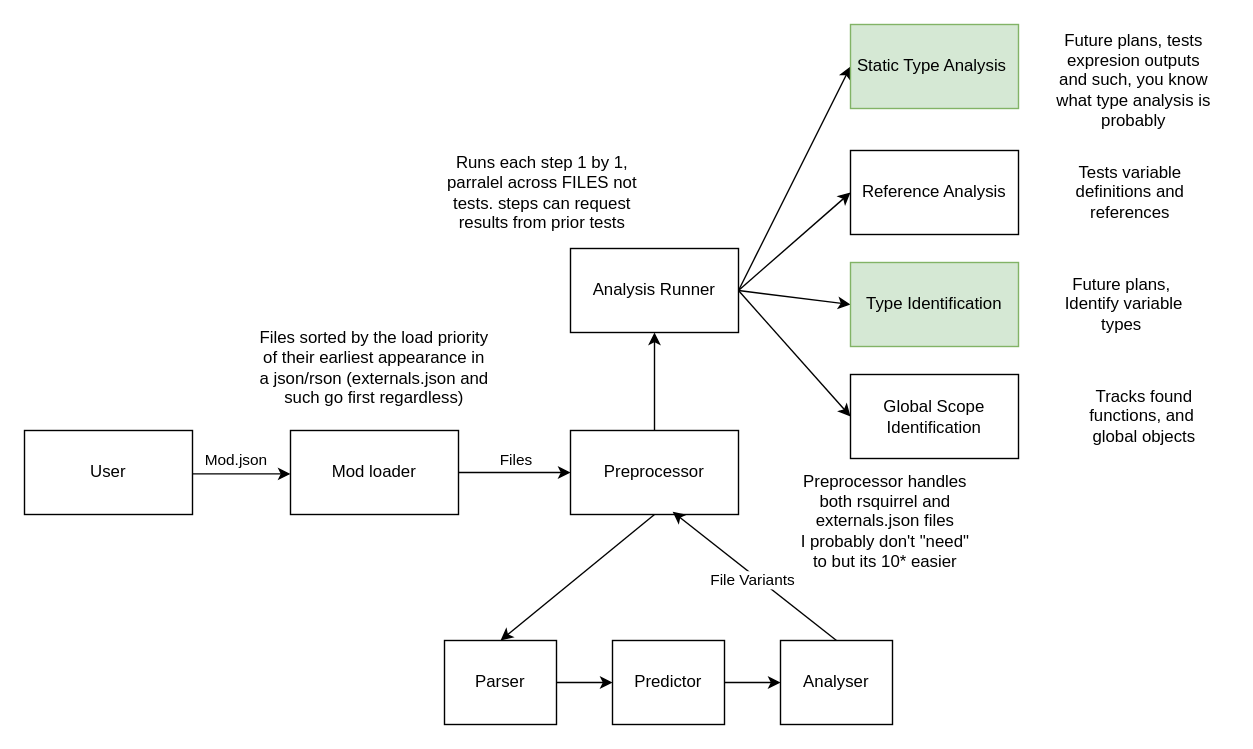
Before: v2stuff/path.drawio in JMM889901/RsquirrelLSP, a draw.io diagram. Source tidied: cells renumbered, new cells numbered last; positions are measured from the earlier drawing's top-left corner, leaving out a move shared by most shapes. Both pictures are drawn from the tidied source at 140%, with x=0, y=0 at pixel (24, 24).
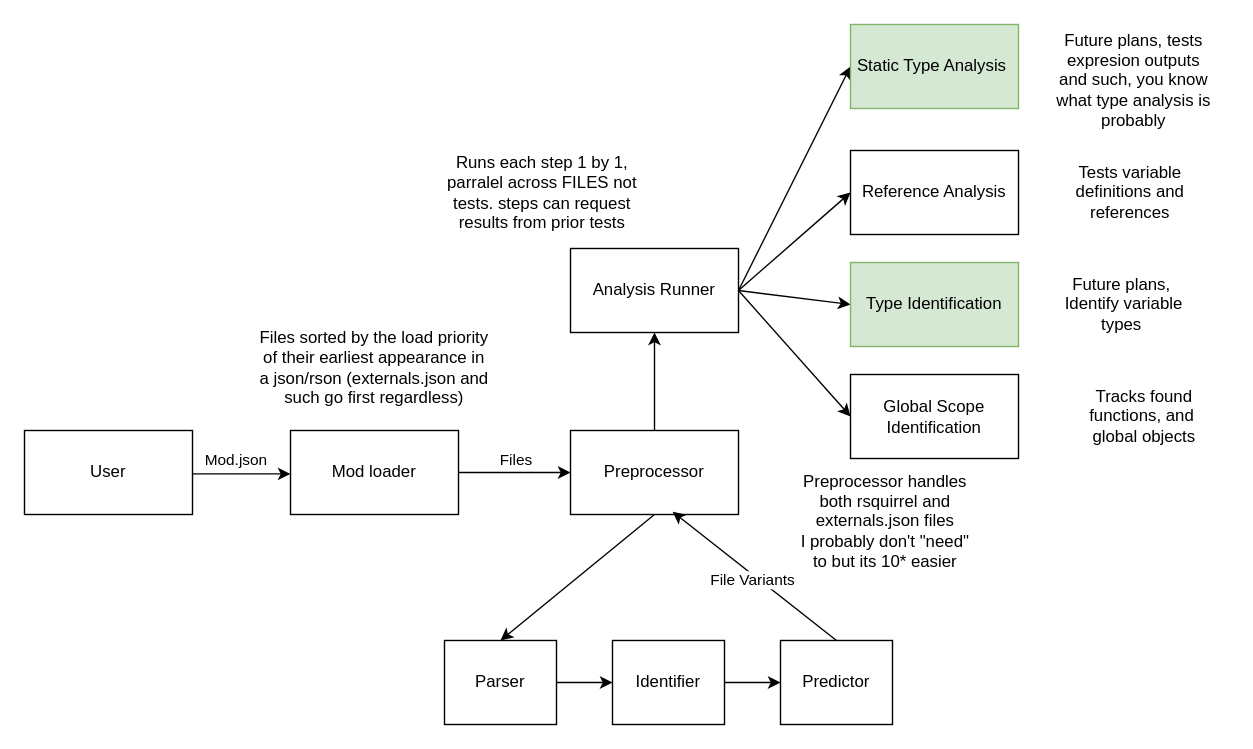
The same page after the edit.

What changed in the source:
```diff
@@
-    <mxCell id="14" value="Predictor" style="rounded=0;whiteSpace=wrap;html=1;" parent="1" vertex="1">
+    <mxCell id="14" value="Identifier" style="rounded=0;whiteSpace=wrap;html=1;" parent="1" vertex="1">
       <mxGeometry x="420" y="440" width="80" height="60" as="geometry" />
     </mxCell>
-    <mxCell id="15" value="Analyser" style="rounded=0;whiteSpace=wrap;html=1;" parent="1" vertex="1">
+    <mxCell id="15" value="Predictor" style="rounded=0;whiteSpace=wrap;html=1;" parent="1" vertex="1">
       <mxGeometry x="540" y="440" width="80" height="60" as="geometry" />
     </mxCell>
```
